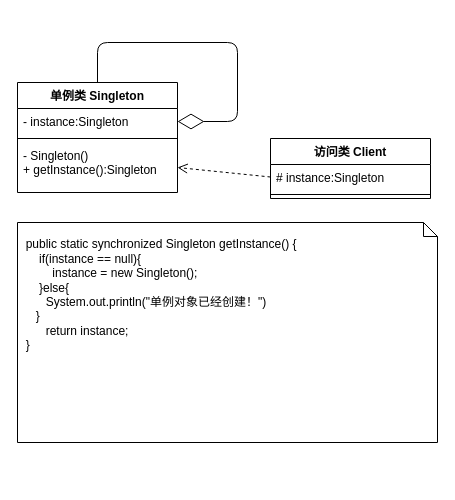
This is 单例模式UML.drawio from wwyywg/Pattern, a draw.io file, before an edit. Source tidied: cells renumbered, new cells numbered last; positions are measured from the earlier drawing's top-left corner, leaving out a move shared by most shapes. Both pictures are drawn from the tidied source at 100%, with x=0, y=0 at pixel (17, 42).
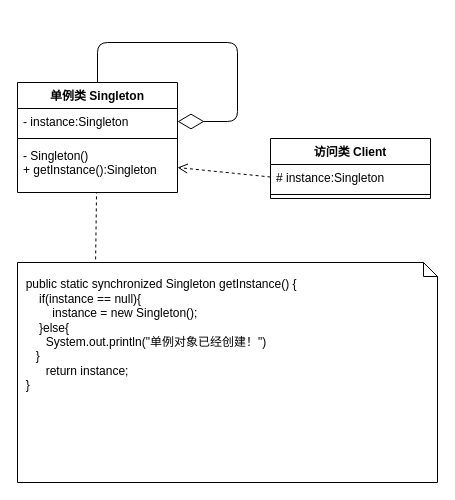
Above is the later version.

Commit message:
更新单例模式UML.drawio

Diff of the diagram source:
```diff
@@
 <mxGraphModel>
   <root>
     <mxCell id="0" />
     <mxCell id="1" parent="0" />
     <mxCell id="2" value="单例类 Singleton&#10;" style="swimlane;fontStyle=1;align=center;verticalAlign=top;horizontal=1;startSize=26;" parent="1" vertex="1">
       <mxGeometry y="40" width="160" height="110" as="geometry" />
     </mxCell>
     <mxCell id="3" value="- instance:Singleton" style="text;strokeColor=none;fillColor=none;align=left;verticalAlign=top;spacingLeft=4;spacingRight=4;overflow=hidden;points=[[0,0.5],[1,0.5]];portConstraint=eastwest;" parent="2" vertex="1">
       <mxGeometry y="26" width="160" height="26" as="geometry" />
     </mxCell>
     <mxCell id="4" style="line;strokeWidth=1;fillColor=none;align=left;verticalAlign=middle;spacingTop=-1;spacingLeft=3;spacingRight=3;labelPosition=right;" parent="2" vertex="1">
       <mxGeometry y="52" width="160" height="8" as="geometry" />
     </mxCell>
     <mxCell id="5" value="- Singleton()&#10;+ getInstance():Singleton&#10;" style="text;strokeColor=none;fillColor=none;align=left;verticalAlign=top;spacingLeft=4;spacingRight=4;overflow=hidden;points=[[0,0.5],[1,0.5]];portConstraint=eastwest;" parent="2" vertex="1">
       <mxGeometry y="60" width="160" height="50" as="geometry" />
     </mxCell>
     <mxCell id="6" style="endArrow=diamondThin;endFill=0;endSize=24;html=1;exitX=0.5;exitY=0;exitDx=0;exitDy=0;entryX=1;entryY=0.5;entryDx=0;entryDy=0;" parent="2" edge="1" source="2" target="3">
       <mxGeometry relative="1" as="geometry">
         <Array as="points">
           <mxPoint x="80" y="-40" />
           <mxPoint x="220" y="-40" />
           <mxPoint x="220" y="39" />
         </Array>
       </mxGeometry>
     </mxCell>
     <mxCell id="7" value="访问类 Client" style="swimlane;fontStyle=1;align=center;verticalAlign=top;horizontal=1;startSize=26;" parent="1" vertex="1">
       <mxGeometry x="253" y="96" width="160" height="60" as="geometry" />
     </mxCell>
     <mxCell id="8" value="# instance:Singleton" style="text;strokeColor=none;fillColor=none;align=left;verticalAlign=top;spacingLeft=4;spacingRight=4;overflow=hidden;" parent="7" vertex="1">
       <mxGeometry y="26" width="160" height="26" as="geometry" />
     </mxCell>
     <mxCell id="9" style="line;strokeWidth=1;fillColor=none;align=left;verticalAlign=middle;spacingTop=-1;spacingLeft=3;spacingRight=3;labelPosition=right;" parent="7" vertex="1">
       <mxGeometry y="52" width="160" height="8" as="geometry" />
     </mxCell>
     <mxCell id="10" style="html=1;verticalAlign=bottom;endArrow=open;dashed=1;endSize=8;entryX=1;entryY=0.5;entryDx=0;entryDy=0;" parent="1" edge="1" target="5">
       <mxGeometry relative="1" as="geometry">
         <mxPoint x="253" y="134.5" as="sourcePoint" />
       </mxGeometry>
     </mxCell>
     <mxCell id="11" value="&amp;nbsp;&amp;nbsp;&lt;br&gt;&amp;nbsp; public static synchronized Singleton getInstance() {&lt;br&gt;&amp;nbsp; &amp;nbsp; &amp;nbsp; if(instance == null){&lt;br&gt;&amp;nbsp; &amp;nbsp; &amp;nbsp; &amp;nbsp; &amp;nbsp; instance = new Singleton();&lt;br&gt;&amp;nbsp; &amp;nbsp; &amp;nbsp; }else{&lt;br&gt;&amp;nbsp; &amp;nbsp; &amp;nbsp; &amp;nbsp; System.out.println(&quot;单例对象已经创建！&quot;)&lt;br&gt;&amp;nbsp; &amp;nbsp; &amp;nbsp;}&lt;br&gt;&amp;nbsp; &amp;nbsp; &amp;nbsp; &amp;nbsp; return instance;&lt;br&gt;&amp;nbsp; }&lt;br&gt;" style="shape=note;whiteSpace=wrap;html=1;size=14;verticalAlign=top;align=left;spacingTop=-6;" parent="1" vertex="1">
-      <mxGeometry y="180" width="420" height="220" as="geometry" />
+      <mxGeometry y="220" width="420" height="220" as="geometry" />
     </mxCell>
+    <mxCell id="12" style="endArrow=none;dashed=1;html=1;entryX=0.494;entryY=1;entryDx=0;entryDy=0;entryPerimeter=0;exitX=0.186;exitY=-0.014;exitDx=0;exitDy=0;exitPerimeter=0;" parent="1" edge="1" source="11" target="5">
+      <mxGeometry relative="1" as="geometry" />
+    </mxCell>
   </root>
 </mxGraphModel>
```
